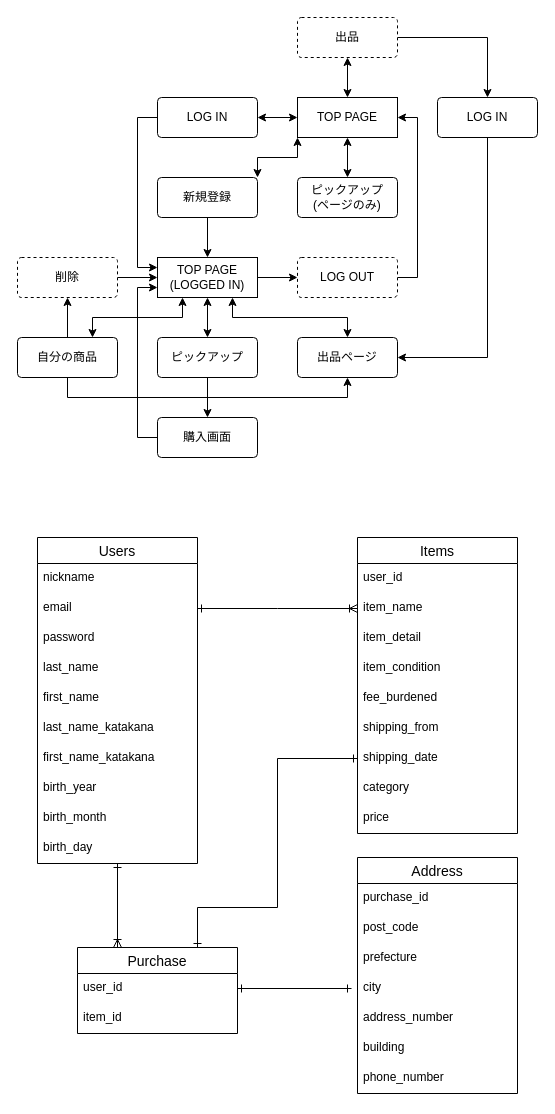
The draw.io diagram furima.dio in akitomoj/furima-29583, before the edit. Source tidied: cells renumbered, new cells numbered last; positions are measured from the earlier drawing's top-left corner, leaving out a move shared by most shapes. Both pictures are drawn from the tidied source at 100%, with x=0, y=0 at pixel (17, 17).
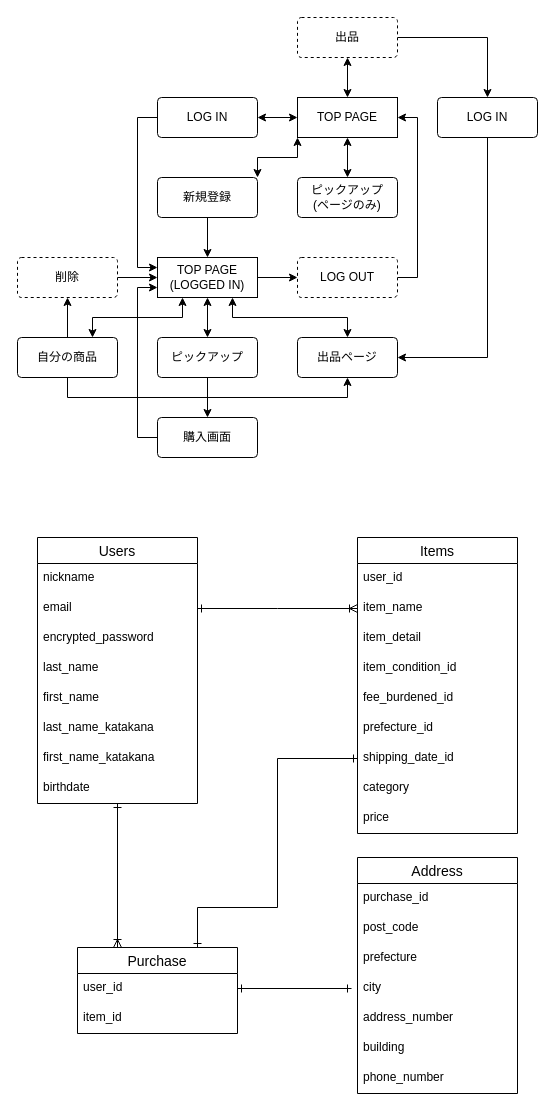
Above is the later version.

Commit message (it also covers changes not shown here):
テーブル設計：readmeとER図−修正2

Unchanged cells that the change refers to:
```xml
<mxCell id="45" value="Items" style="swimlane;fontStyle=0;horizontal=1;startSize=26;align=center;fontSize=14;" parent="1" vertex="1">
  <mxGeometry x="340" y="520" width="160" height="296" as="geometry" />
</mxCell>
```

Diff of the diagram source:
```diff
@@
     <mxCell id="34" value="Users" style="swimlane;fontStyle=0;horizontal=1;startSize=26;align=center;fontSize=14;" parent="1" vertex="1">
-      <mxGeometry x="20" y="520" width="160" height="326" as="geometry" />
+      <mxGeometry x="20" y="520" width="160" height="266" as="geometry" />
     </mxCell>
@@
-    <mxCell id="37" value="password" style="text;strokeColor=none;fillColor=none;spacingLeft=4;spacingRight=4;overflow=hidden;fontSize=12;" parent="34" vertex="1">
+    <mxCell id="37" value="encrypted_password" style="text;strokeColor=none;fillColor=none;spacingLeft=4;spacingRight=4;overflow=hidden;fontSize=12;" parent="34" vertex="1">
       <mxGeometry y="86" width="160" height="30" as="geometry" />
     </mxCell>
@@
-    <mxCell id="42" value="birth_year" style="text;strokeColor=none;fillColor=none;spacingLeft=4;spacingRight=4;overflow=hidden;fontSize=12;" parent="34" vertex="1">
+    <mxCell id="42" value="birthdate" style="text;strokeColor=none;fillColor=none;spacingLeft=4;spacingRight=4;overflow=hidden;fontSize=12;" parent="34" vertex="1">
       <mxGeometry y="236" width="160" height="30" as="geometry" />
     </mxCell>
-    <mxCell id="43" value="birth_month" style="text;strokeColor=none;fillColor=none;spacingLeft=4;spacingRight=4;overflow=hidden;fontSize=12;" parent="34" vertex="1">
-      <mxGeometry y="266" width="160" height="30" as="geometry" />
-    </mxCell>
-    <mxCell id="44" value="birth_day" style="text;strokeColor=none;fillColor=none;spacingLeft=4;spacingRight=4;overflow=hidden;fontSize=12;" parent="34" vertex="1">
-      <mxGeometry y="296" width="160" height="30" as="geometry" />
-    </mxCell>
@@
-    <mxCell id="49" value="item_condition" style="text;strokeColor=none;fillColor=none;spacingLeft=4;spacingRight=4;overflow=hidden;fontSize=12;" parent="45" vertex="1">
+    <mxCell id="49" value="item_condition_id" style="text;strokeColor=none;fillColor=none;spacingLeft=4;spacingRight=4;overflow=hidden;fontSize=12;" parent="45" vertex="1">
       <mxGeometry y="116" width="160" height="30" as="geometry" />
     </mxCell>
-    <mxCell id="50" value="fee_burdened" style="text;strokeColor=none;fillColor=none;spacingLeft=4;spacingRight=4;overflow=hidden;fontSize=12;" parent="45" vertex="1">
+    <mxCell id="50" value="fee_burdened_id" style="text;strokeColor=none;fillColor=none;spacingLeft=4;spacingRight=4;overflow=hidden;fontSize=12;" parent="45" vertex="1">
       <mxGeometry y="146" width="160" height="30" as="geometry" />
     </mxCell>
-    <mxCell id="51" value="shipping_from" style="text;strokeColor=none;fillColor=none;spacingLeft=4;spacingRight=4;overflow=hidden;fontSize=12;" parent="45" vertex="1">
+    <mxCell id="51" value="prefecture_id" style="text;strokeColor=none;fillColor=none;spacingLeft=4;spacingRight=4;overflow=hidden;fontSize=12;" parent="45" vertex="1">
       <mxGeometry y="176" width="160" height="30" as="geometry" />
     </mxCell>
-    <mxCell id="52" value="shipping_date" style="text;strokeColor=none;fillColor=none;spacingLeft=4;spacingRight=4;overflow=hidden;points=[[0,0.5],[1,0.5]];portConstraint=eastwest;fontSize=12;" parent="45" vertex="1">
+    <mxCell id="52" value="shipping_date_id" style="text;strokeColor=none;fillColor=none;spacingLeft=4;spacingRight=4;overflow=hidden;points=[[0,0.5],[1,0.5]];portConstraint=eastwest;fontSize=12;" parent="45" vertex="1">
       <mxGeometry y="206" width="160" height="30" as="geometry" />
     </mxCell>
```
